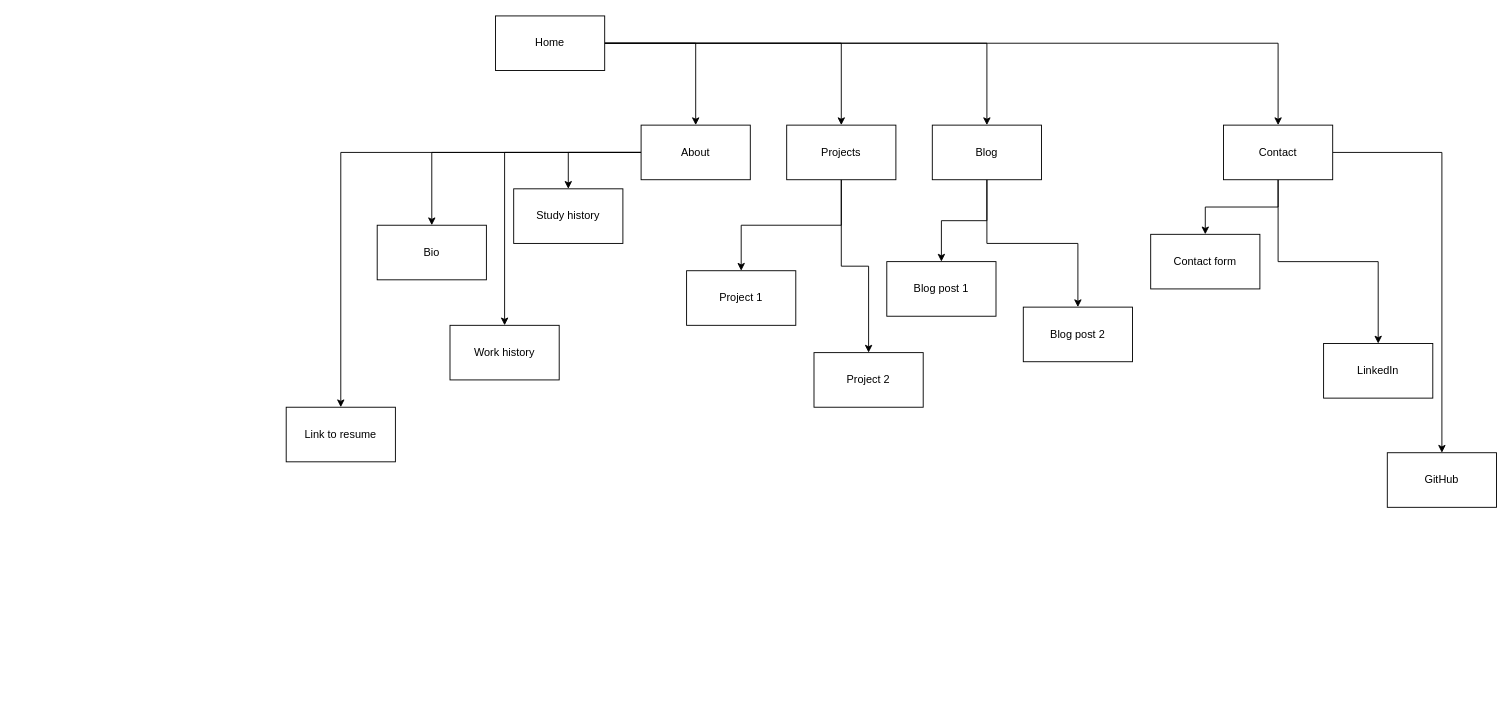
Above: t1a2-portfolio-jvt.drawio in jevontrei/t1a2-portfolio-jvt (draw.io), before the change. Source tidied: cells renumbered, new cells numbered last; positions are measured from the earlier drawing's top-left corner, leaving out a move shared by most shapes. Both pictures are drawn from the tidied source at 91%, with x=0, y=0 at pixel (286, 15).
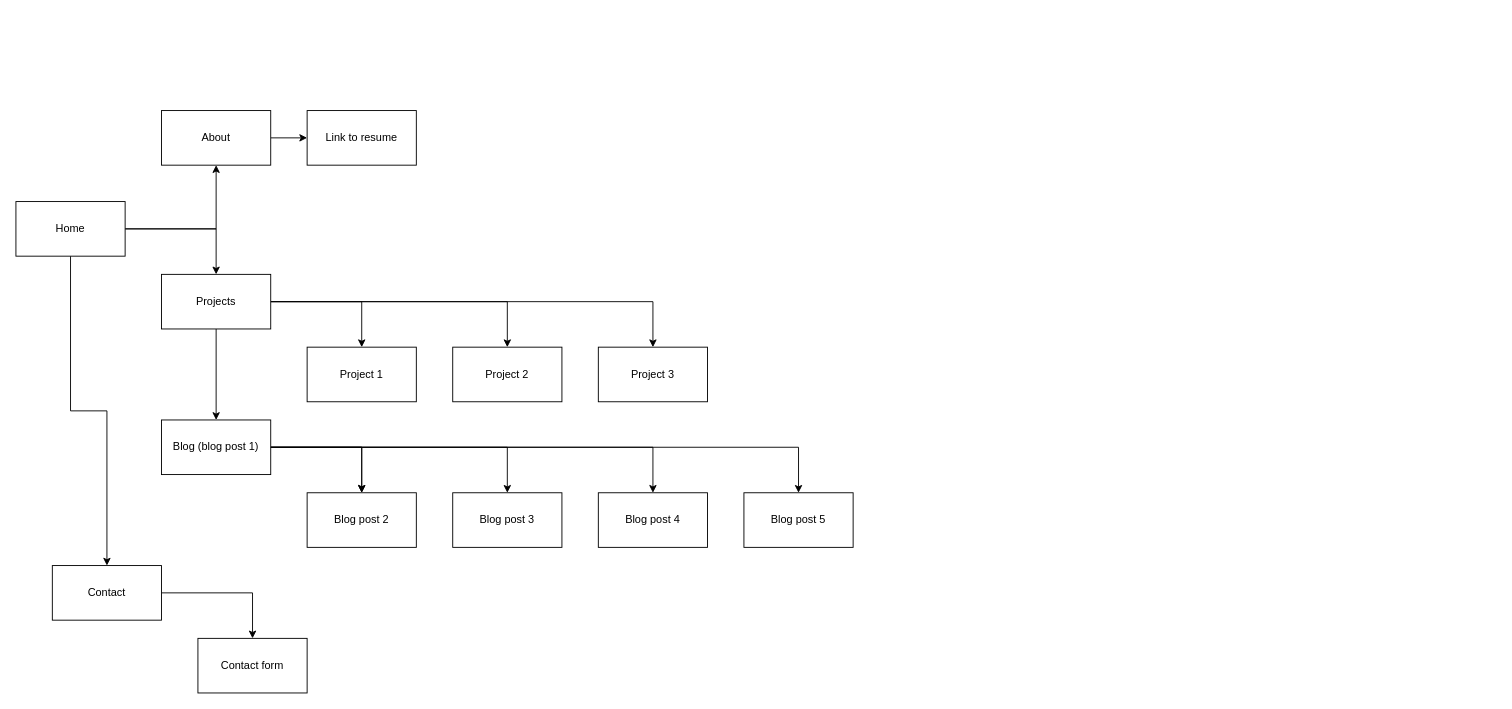
The same diagram, later.

Diff of the diagram source:
```diff
@@
-    <mxCell id="5" style="edgeStyle=orthogonalEdgeStyle;rounded=0;jettySize=auto;html=1;" parent="1" edge="1" source="11" target="23">
-      <mxGeometry relative="1" as="geometry" />
-    </mxCell>
-    <mxCell id="6" style="edgeStyle=orthogonalEdgeStyle;rounded=0;jettySize=auto;html=1;" parent="1" edge="1" source="10" target="29">
-      <mxGeometry relative="1" as="geometry" />
-    </mxCell>
-    <mxCell id="7" style="edgeStyle=orthogonalEdgeStyle;rounded=0;jettySize=auto;html=1;" parent="1" edge="1" source="10" target="30">
-      <mxGeometry relative="1" as="geometry" />
-    </mxCell>
-    <mxCell id="8" style="edgeStyle=orthogonalEdgeStyle;rounded=0;jettySize=auto;html=1;" parent="1" edge="1" source="10" target="31">
-      <mxGeometry relative="1" as="geometry" />
-    </mxCell>
@@
     <mxCell id="10" value="About" style="rounded=0;whiteSpace=wrap;html=1;" parent="1" vertex="1">
-      <mxGeometry x="390" y="120" width="120" height="60" as="geometry" />
+      <mxGeometry x="-137" y="104" width="120" height="60" as="geometry" />
     </mxCell>
     <mxCell id="11" value="Home" style="rounded=0;whiteSpace=wrap;html=1;" parent="1" vertex="1">
-      <mxGeometry x="230" width="120" height="60" as="geometry" />
+      <mxGeometry x="-297" y="204" width="120" height="60" as="geometry" />
     </mxCell>
-    <mxCell id="12" style="edgeStyle=orthogonalEdgeStyle;rounded=0;jettySize=auto;html=1;" parent="1" edge="1" source="16" target="24">
-      <mxGeometry relative="1" as="geometry" />
-    </mxCell>
-    <mxCell id="13" style="edgeStyle=orthogonalEdgeStyle;rounded=0;jettySize=auto;html=1;" parent="1" edge="1" source="16" target="25">
-      <mxGeometry relative="1" as="geometry" />
-    </mxCell>
@@
     <mxCell id="16" value="Contact" style="rounded=0;whiteSpace=wrap;html=1;" parent="1" vertex="1">
-      <mxGeometry x="1030" y="120" width="120" height="60" as="geometry" />
+      <mxGeometry x="-257" y="604" width="120" height="60" as="geometry" />
     </mxCell>
@@
+    <mxCell id="33" style="edgeStyle=orthogonalEdgeStyle;rounded=0;jettySize=auto;html=1;" parent="1" edge="1" source="18" target="23">
+      <mxGeometry relative="1" as="geometry" />
+    </mxCell>
+    <mxCell id="34" style="edgeStyle=orthogonalEdgeStyle;rounded=0;jettySize=auto;html=1;" parent="1" edge="1" source="18" target="41">
+      <mxGeometry relative="1" as="geometry" />
+    </mxCell>
     <mxCell id="18" value="Projects" style="rounded=0;whiteSpace=wrap;html=1;" parent="1" vertex="1">
-      <mxGeometry x="550" y="120" width="120" height="60" as="geometry" />
+      <mxGeometry x="-137" y="284" width="120" height="60" as="geometry" />
     </mxCell>
     <mxCell id="19" value="Project 1" style="rounded=0;whiteSpace=wrap;html=1;" parent="1" vertex="1">
-      <mxGeometry x="440" y="280" width="120" height="60" as="geometry" />
+      <mxGeometry x="23" y="364" width="120" height="60" as="geometry" />
     </mxCell>
     <mxCell id="20" value="Project 2" style="rounded=0;whiteSpace=wrap;html=1;" parent="1" vertex="1">
-      <mxGeometry x="580" y="370" width="120" height="60" as="geometry" />
+      <mxGeometry x="183" y="364" width="120" height="60" as="geometry" />
     </mxCell>
-    <mxCell id="21" style="edgeStyle=orthogonalEdgeStyle;rounded=0;jettySize=auto;html=1;" parent="1" edge="1" source="23" target="26">
-      <mxGeometry relative="1" as="geometry" />
-    </mxCell>
@@
+    <mxCell id="35" style="edgeStyle=orthogonalEdgeStyle;rounded=0;jettySize=auto;html=1;" parent="1" edge="1" source="23" target="38">
+      <mxGeometry relative="1" as="geometry" />
+    </mxCell>
+    <mxCell id="36" style="edgeStyle=orthogonalEdgeStyle;rounded=0;jettySize=auto;html=1;" parent="1" edge="1" source="23" target="39">
+      <mxGeometry relative="1" as="geometry" />
+    </mxCell>
+    <mxCell id="37" style="edgeStyle=orthogonalEdgeStyle;rounded=0;jettySize=auto;html=1;" parent="1" edge="1" source="23" target="42">
+      <mxGeometry relative="1" as="geometry" />
+    </mxCell>
-    <mxCell id="23" value="Blog" style="rounded=0;whiteSpace=wrap;html=1;" parent="1" vertex="1">
-      <mxGeometry x="710" y="120" width="120" height="60" as="geometry" />
+    <mxCell id="23" value="Blog (blog post 1)" style="rounded=0;whiteSpace=wrap;html=1;" parent="1" vertex="1">
+      <mxGeometry x="-137" y="444" width="120" height="60" as="geometry" />
     </mxCell>
-    <mxCell id="24" value="LinkedIn" style="rounded=0;whiteSpace=wrap;html=1;" parent="1" vertex="1">
-      <mxGeometry x="1140" y="360" width="120" height="60" as="geometry" />
-    </mxCell>
-    <mxCell id="25" value="GitHub" style="rounded=0;whiteSpace=wrap;html=1;" parent="1" vertex="1">
-      <mxGeometry x="1210" y="480" width="120" height="60" as="geometry" />
-    </mxCell>
-    <mxCell id="26" value="Blog post 1" style="rounded=0;whiteSpace=wrap;html=1;" parent="1" vertex="1">
-      <mxGeometry x="660" y="270" width="120" height="60" as="geometry" />
-    </mxCell>
+    <mxCell id="28" value="Contact form" style="rounded=0;whiteSpace=wrap;html=1;" parent="1" vertex="1">
+      <mxGeometry x="-97" y="684" width="120" height="60" as="geometry" />
+    </mxCell>
+    <mxCell id="32" value="Link to resume" style="rounded=0;whiteSpace=wrap;html=1;" parent="1" vertex="1">
+      <mxGeometry x="23" y="104" width="120" height="60" as="geometry" />
+    </mxCell>
+    <mxCell id="38" value="Blog post 3" style="rounded=0;whiteSpace=wrap;html=1;" parent="1" vertex="1">
+      <mxGeometry x="183" y="524" width="120" height="60" as="geometry" />
+    </mxCell>
+    <mxCell id="39" value="Blog post 4" style="rounded=0;whiteSpace=wrap;html=1;" parent="1" vertex="1">
+      <mxGeometry x="343" y="524" width="120" height="60" as="geometry" />
+    </mxCell>
+    <mxCell id="40" style="edgeStyle=orthogonalEdgeStyle;rounded=0;jettySize=auto;html=1;" parent="1" edge="1" source="23" target="27">
+      <mxGeometry relative="1" as="geometry" />
+    </mxCell>
     <mxCell id="27" value="Blog post 2" style="rounded=0;whiteSpace=wrap;html=1;" parent="1" vertex="1">
-      <mxGeometry x="810" y="320" width="120" height="60" as="geometry" />
+      <mxGeometry x="23" y="524" width="120" height="60" as="geometry" />
     </mxCell>
-    <mxCell id="28" value="Contact form" style="rounded=0;whiteSpace=wrap;html=1;" parent="1" vertex="1">
-      <mxGeometry x="950" y="240" width="120" height="60" as="geometry" />
-    </mxCell>
-    <mxCell id="29" value="Work history" style="rounded=0;whiteSpace=wrap;html=1;" parent="1" vertex="1">
-      <mxGeometry x="180" y="340" width="120" height="60" as="geometry" />
-    </mxCell>
-    <mxCell id="30" value="Study history" style="rounded=0;whiteSpace=wrap;html=1;" parent="1" vertex="1">
-      <mxGeometry x="250" y="190" width="120" height="60" as="geometry" />
-    </mxCell>
-    <mxCell id="31" value="Bio" style="rounded=0;whiteSpace=wrap;html=1;" parent="1" vertex="1">
-      <mxGeometry x="100" y="230" width="120" height="60" as="geometry" />
-    </mxCell>
-    <mxCell id="32" value="Link to resume" style="rounded=0;whiteSpace=wrap;html=1;" parent="1" vertex="1">
-      <mxGeometry y="430" width="120" height="60" as="geometry" />
-    </mxCell>
+    <mxCell id="41" value="Project 3" style="rounded=0;whiteSpace=wrap;html=1;" parent="1" vertex="1">
+      <mxGeometry x="343" y="364" width="120" height="60" as="geometry" />
+    </mxCell>
+    <mxCell id="42" value="Blog post 5" style="rounded=0;whiteSpace=wrap;html=1;" parent="1" vertex="1">
+      <mxGeometry x="503" y="524" width="120" height="60" as="geometry" />
+    </mxCell>
```
